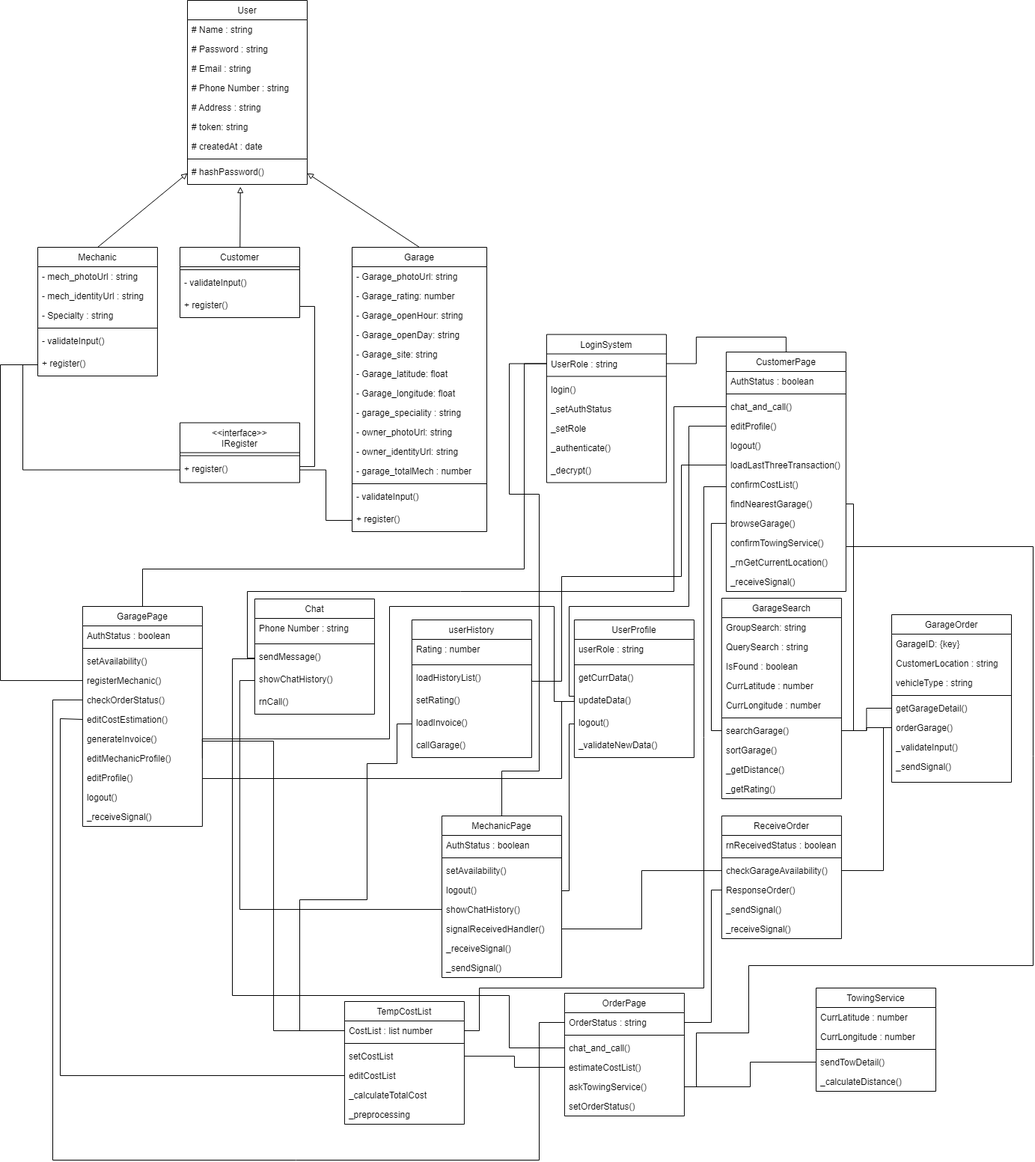
The draw.io diagram Systems/ClassDiagram.drawio.png in felixfilipi/E-Monteer, before a commit. Source tidied: cells renumbered, new cells last; positions are measured from the earlier drawing's top-left corner, leaving out a move shared by most shapes.
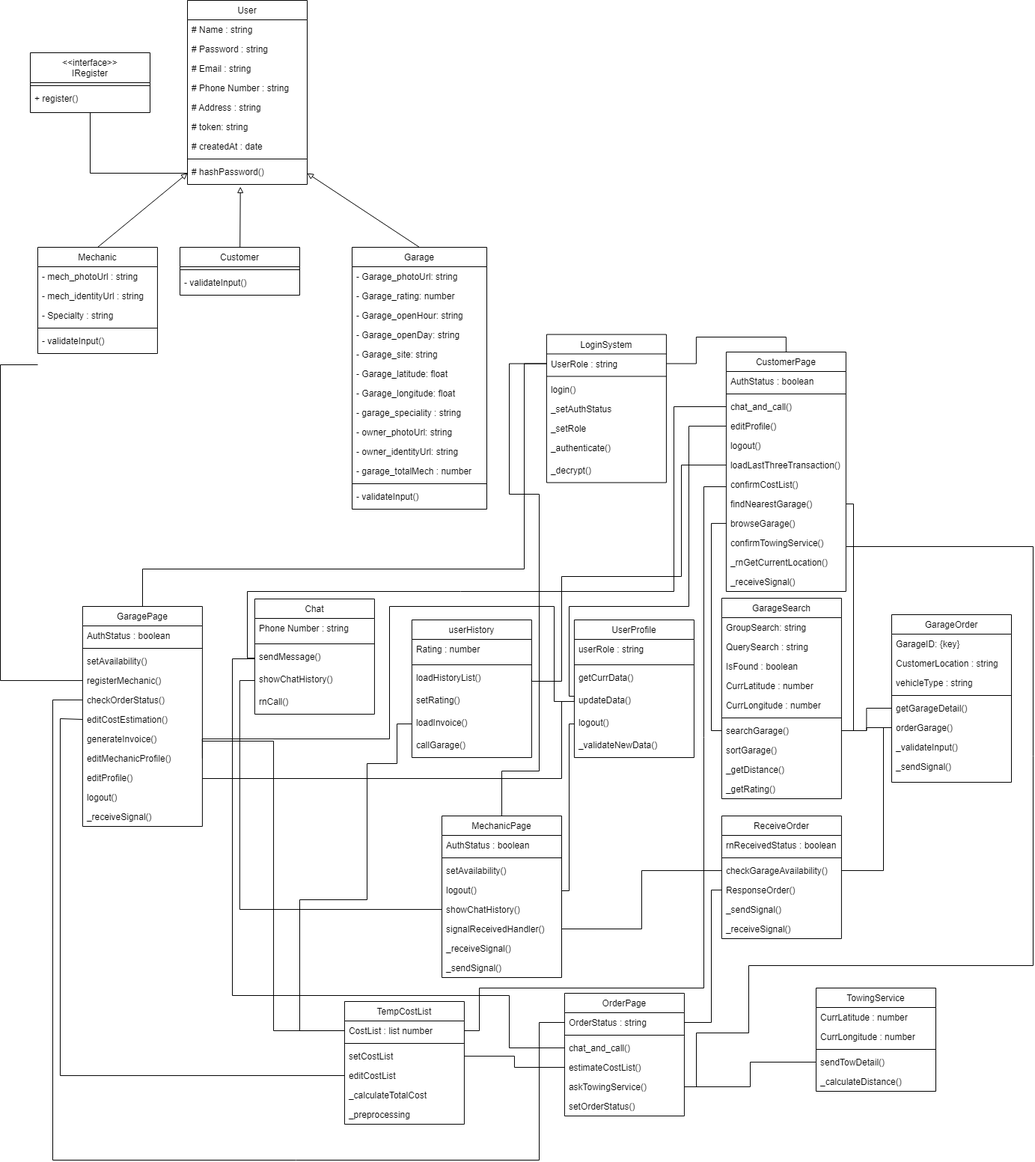
The same diagram one commit later.

Diff of the diagram source:
```diff
@@ -33,7 +33,7 @@
       <mxGeometry y="216" width="160" height="30" as="geometry" />
     </mxCell>
     <mxCell id="12" value="Garage" style="swimlane;fontStyle=0;align=center;verticalAlign=top;horizontal=1;startSize=26;rounded=0;shadow=0;strokeWidth=1;" parent="1" vertex="1">
-      <mxGeometry x="470" y="330" width="180" height="380" as="geometry" />
+      <mxGeometry x="470" y="330" width="180" height="350" as="geometry" />
     </mxCell>
     <mxCell id="13" value="- Garage_photoUrl: string" style="text;align=left;verticalAlign=top;spacingLeft=4;spacingRight=4;overflow=hidden;" parent="12" vertex="1">
       <mxGeometry y="26" width="180" height="26" as="geometry" />
@@ -74,11 +74,8 @@
     <mxCell id="25" value="- validateInput()" style="text;align=left;verticalAlign=top;spacingLeft=4;spacingRight=4;overflow=hidden;" parent="12" vertex="1">
       <mxGeometry y="320" width="180" height="30" as="geometry" />
     </mxCell>
-    <mxCell id="26" value="+ register()" style="text;align=left;verticalAlign=top;spacingLeft=4;spacingRight=4;overflow=hidden;points=[[0,0.5],[1,0.5]];portConstraint=eastwest;" parent="12" vertex="1">
-      <mxGeometry y="350" width="180" height="30" as="geometry" />
-    </mxCell>
     <mxCell id="27" value="Mechanic" style="swimlane;fontStyle=0;align=center;verticalAlign=top;horizontal=1;startSize=26;rounded=0;shadow=0;strokeWidth=1;" parent="1" vertex="1">
-      <mxGeometry x="50" y="330" width="159.9" height="172" as="geometry" />
+      <mxGeometry x="50" y="330" width="159.9" height="142" as="geometry" />
     </mxCell>
     <mxCell id="28" value="- mech_photoUrl : string" style="text;align=left;verticalAlign=top;spacingLeft=4;spacingRight=4;overflow=hidden;" parent="27" vertex="1">
       <mxGeometry y="26" width="159.9" height="26" as="geometry" />
@@ -95,9 +92,6 @@
     <mxCell id="32" value="- validateInput()" style="text;align=left;verticalAlign=top;spacingLeft=4;spacingRight=4;overflow=hidden;" parent="27" vertex="1">
       <mxGeometry y="112" width="159.9" height="30" as="geometry" />
     </mxCell>
-    <mxCell id="33" value="+ register()" style="text;align=left;verticalAlign=top;spacingLeft=4;spacingRight=4;overflow=hidden;points=[[0,0.5],[1,0.5]];portConstraint=eastwest;" parent="27" vertex="1">
-      <mxGeometry y="142" width="159.9" height="30" as="geometry" />
-    </mxCell>
     <mxCell id="34" value="LoginSystem" style="swimlane;fontStyle=0;align=center;verticalAlign=top;horizontal=1;startSize=26;rounded=0;shadow=0;strokeWidth=1;" parent="1" vertex="1">
       <mxGeometry x="729.9" y="446.5" width="160" height="198" as="geometry" />
     </mxCell>
@@ -530,8 +524,9 @@
         </Array>
       </mxGeometry>
     </mxCell>
-    <mxCell id="159" style="edgeStyle=orthogonalEdgeStyle;rounded=0;jettySize=auto;html=1;exitX=0;exitY=0.5;exitDx=0;exitDy=0;endArrow=none;endFill=0;" parent="1" edge="1" source="33" target="139">
+    <mxCell id="159" style="edgeStyle=orthogonalEdgeStyle;rounded=0;jettySize=auto;html=1;exitX=0;exitY=0.5;exitDx=0;exitDy=0;endArrow=none;endFill=0;" parent="1" edge="1" target="139">
       <mxGeometry relative="1" as="geometry">
+        <mxPoint x="50" y="487" as="sourcePoint" />
         <Array as="points">
           <mxPoint y="487" />
           <mxPoint y="909" />
@@ -615,7 +610,7 @@
       </mxGeometry>
     </mxCell>
     <mxCell id="168" value="Customer" style="swimlane;fontStyle=0;align=center;verticalAlign=top;horizontal=1;startSize=26;rounded=0;shadow=0;strokeWidth=1;" parent="1" vertex="1">
-      <mxGeometry x="240" y="330" width="160" height="94" as="geometry" />
+      <mxGeometry x="240" y="330" width="160" height="64" as="geometry" />
     </mxCell>
     <mxCell id="169" style="line;html=1;strokeWidth=1;align=left;verticalAlign=middle;spacingTop=-1;spacingLeft=3;spacingRight=3;labelPosition=right;" parent="168" vertex="1">
       <mxGeometry y="26" width="160" height="8" as="geometry" />
@@ -623,9 +618,6 @@
     <mxCell id="170" value="- validateInput()" style="text;align=left;verticalAlign=top;spacingLeft=4;spacingRight=4;overflow=hidden;" parent="168" vertex="1">
       <mxGeometry y="34" width="160" height="30" as="geometry" />
     </mxCell>
-    <mxCell id="171" value="+ register()" style="text;align=left;verticalAlign=top;spacingLeft=4;spacingRight=4;overflow=hidden;points=[[0,0.5],[1,0.5]];portConstraint=eastwest;" parent="168" vertex="1">
-      <mxGeometry y="64" width="160" height="30" as="geometry" />
-    </mxCell>
     <mxCell id="172" style="endArrow=block;html=1;rounded=0;entryX=0.442;entryY=1.102;entryDx=0;entryDy=0;entryPerimeter=0;endFill=0;" parent="1" edge="1" source="168" target="11">
       <mxGeometry relative="1" as="geometry" />
     </mxCell>
@@ -660,8 +652,11 @@
     <mxCell id="176" style="edgeStyle=orthogonalEdgeStyle;rounded=0;jettySize=auto;html=1;entryX=0;entryY=0.5;entryDx=0;entryDy=0;endArrow=none;endFill=0;startSize=40;" parent="1" edge="1" source="51" target="93">
       <mxGeometry relative="1" as="geometry" />
     </mxCell>
+    <mxCell id="183" style="edgeStyle=orthogonalEdgeStyle;rounded=0;jettySize=auto;html=1;endArrow=none;endFill=0;startSize=40;entryX=0;entryY=0.5;entryDx=0;entryDy=0;" parent="1" edge="1" source="177" target="11">
+      <mxGeometry relative="1" as="geometry" />
+    </mxCell>
     <mxCell id="177" value="&lt;&lt;interface&gt;&gt;&#10;IRegister" style="swimlane;fontStyle=0;align=center;verticalAlign=top;horizontal=1;startSize=40;rounded=0;shadow=0;strokeWidth=1;" parent="1" vertex="1">
-      <mxGeometry x="240" y="564.5" width="160" height="80" as="geometry" />
+      <mxGeometry x="40" y="70" width="160" height="80" as="geometry" />
     </mxCell>
     <mxCell id="178" style="line;html=1;strokeWidth=1;align=left;verticalAlign=middle;spacingTop=-1;spacingLeft=3;spacingRight=3;labelPosition=right;" parent="177" vertex="1">
       <mxGeometry y="40" width="160" height="8" as="geometry" />
@@ -669,19 +664,5 @@
     <mxCell id="179" value="+ register()" style="text;align=left;verticalAlign=top;spacingLeft=4;spacingRight=4;overflow=hidden;points=[[0,0.5],[1,0.5]];portConstraint=eastwest;" parent="177" vertex="1">
       <mxGeometry y="48" width="160" height="30" as="geometry" />
     </mxCell>
-    <mxCell id="180" style="edgeStyle=orthogonalEdgeStyle;rounded=0;jettySize=auto;html=1;entryX=0;entryY=0.5;entryDx=0;entryDy=0;startSize=40;endArrow=none;endFill=0;" parent="1" edge="1" source="179" target="33">
-      <mxGeometry relative="1" as="geometry" />
-    </mxCell>
-    <mxCell id="181" style="edgeStyle=orthogonalEdgeStyle;rounded=0;jettySize=auto;html=1;entryX=1;entryY=0.5;entryDx=0;entryDy=0;endArrow=none;endFill=0;startSize=40;" parent="1" edge="1" source="179" target="171">
-      <mxGeometry relative="1" as="geometry">
-        <Array as="points">
-          <mxPoint x="420" y="623" />
-          <mxPoint x="420" y="409" />
-        </Array>
-      </mxGeometry>
-    </mxCell>
-    <mxCell id="182" style="edgeStyle=orthogonalEdgeStyle;rounded=0;jettySize=auto;html=1;entryX=0;entryY=0.5;entryDx=0;entryDy=0;endArrow=none;endFill=0;startSize=40;" parent="1" edge="1" source="179" target="26">
-      <mxGeometry relative="1" as="geometry" />
-    </mxCell>
   </root>
 </mxGraphModel>
```
